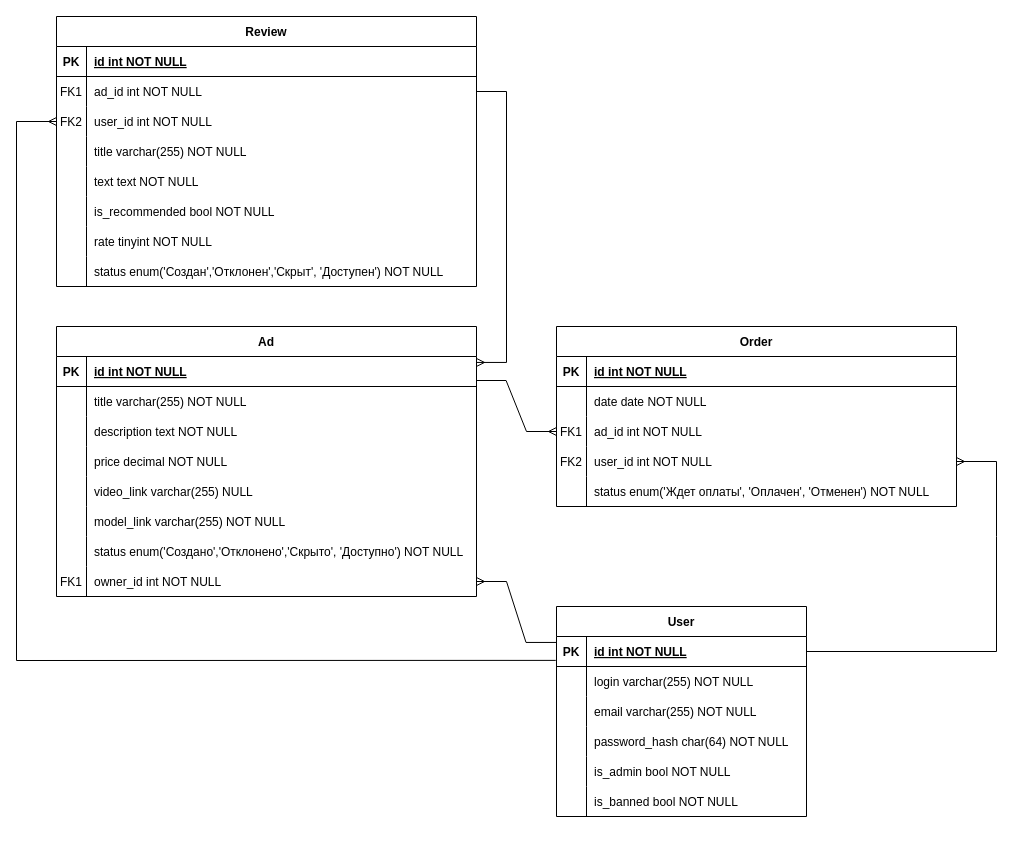
DogNellaf/c2c-market keeps this draw.io diagram as Diagrams/ERD.drawio. Above is the earlier version. Source tidied: cells renumbered, new cells numbered last; positions are measured from the earlier drawing's top-left corner, leaving out a move shared by most shapes. Both pictures are drawn from the tidied source at 100%, with x=0, y=0 at pixel (16, 16).
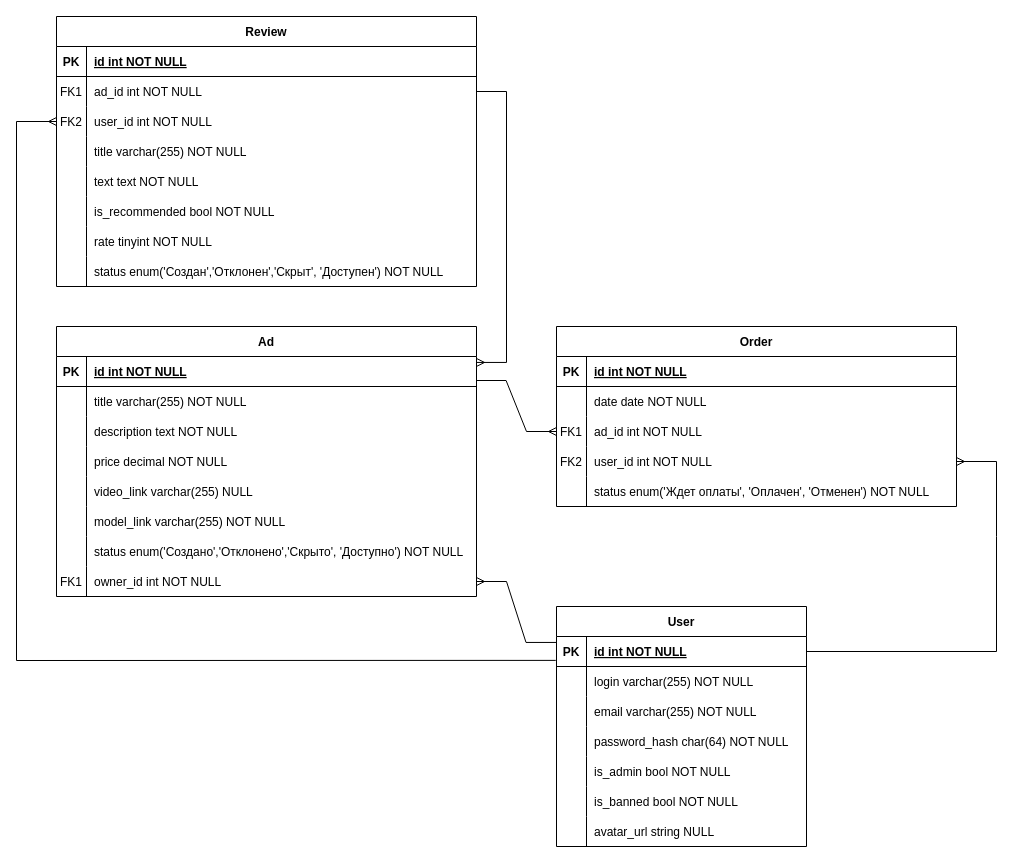
The same diagram, later.

Change to the diagram source:
```diff
@@
     <mxCell id="18" value="User" style="shape=table;startSize=30;childLayout=tableLayout;rowLines=0;fontStyle=1;align=center;" parent="1" vertex="1">
-      <mxGeometry x="540" y="590" width="250" height="210" as="geometry" />
+      <mxGeometry x="540" y="590" width="250" height="240" as="geometry" />
     </mxCell>
@@
+    <mxCell id="92" style="shape=partialRectangle;fillColor=none;top=0;left=0;right=0;bottom=0;" parent="18" vertex="1">
+      <mxGeometry y="210" width="250" height="30" as="geometry" />
+    </mxCell>
+    <mxCell id="93" style="shape=partialRectangle;overflow=hidden;fillColor=none;top=0;left=0;bottom=0;right=0;" parent="92" vertex="1">
+      <mxGeometry width="30" height="30" as="geometry" />
+    </mxCell>
+    <mxCell id="94" value="avatar_url string NULL" style="shape=partialRectangle;overflow=hidden;fillColor=none;top=0;left=0;bottom=0;right=0;align=left;spacingLeft=6;" parent="92" vertex="1">
+      <mxGeometry x="30" width="220" height="30" as="geometry" />
+    </mxCell>
```
